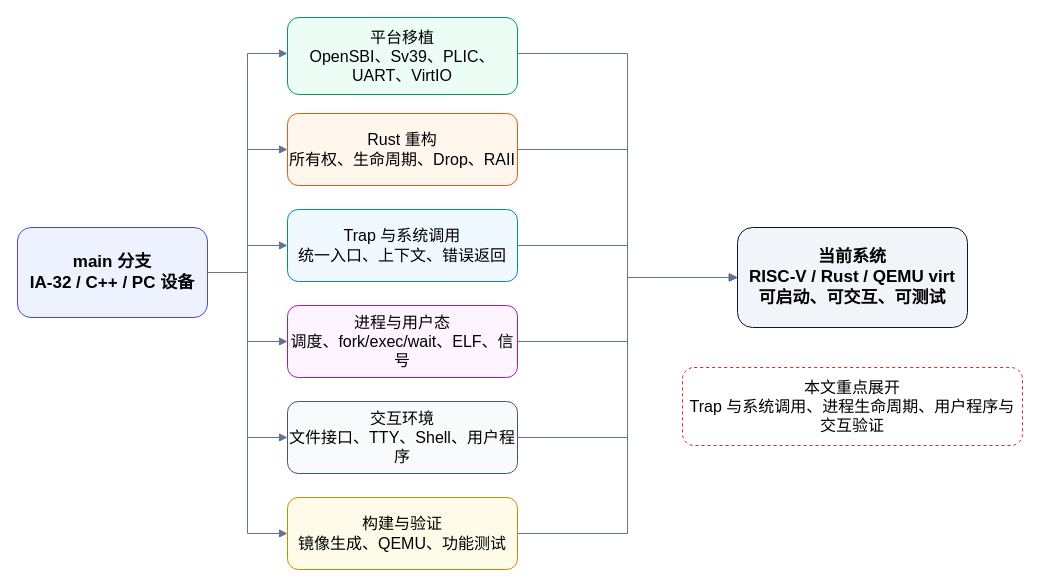
Above: figures/work-scope-map.drawio in greatbridf/Thesis (draw.io), before the change. Source tidied: cells renumbered, new cells numbered last; positions are measured from the earlier drawing's top-left corner, leaving out a move shared by most shapes. Both pictures are drawn from the tidied source at 100%, with x=0, y=0 at pixel (17, 17).
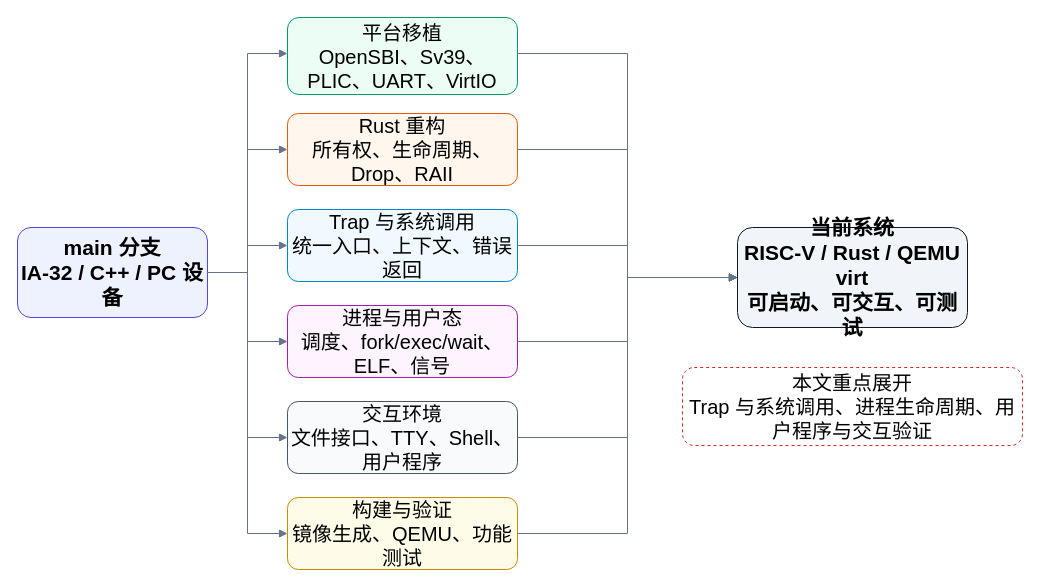
The same page after the edit.

Diff of the diagram source:
```diff
@@
-    <mxCell id="2" value="main 分支&#10;IA-32 / C++ / PC 设备" style="rounded=1;whiteSpace=wrap;html=1;fillColor=#eef2ff;strokeColor=#4f46e5;fontSize=17;fontStyle=1;" parent="1" vertex="1">
+    <mxCell id="2" value="main 分支&#10;IA-32 / C++ / PC 设备" style="rounded=1;whiteSpace=wrap;html=1;fillColor=#eef2ff;strokeColor=#4f46e5;fontSize=21;fontStyle=1;" parent="1" vertex="1">
       <mxGeometry y="210" width="190" height="90" as="geometry" />
     </mxCell>
-    <mxCell id="3" value="平台移植&#10;OpenSBI、Sv39、PLIC、UART、VirtIO" style="rounded=1;whiteSpace=wrap;html=1;fillColor=#ecfdf5;strokeColor=#059669;fontSize=16;" parent="1" vertex="1">
+    <mxCell id="3" value="平台移植&#10;OpenSBI、Sv39、PLIC、UART、VirtIO" style="rounded=1;whiteSpace=wrap;html=1;fillColor=#ecfdf5;strokeColor=#059669;fontSize=20;" parent="1" vertex="1">
       <mxGeometry x="270" width="230" height="77" as="geometry" />
     </mxCell>
-    <mxCell id="4" value="Rust 重构&#10;所有权、生命周期、Drop、RAII" style="rounded=1;whiteSpace=wrap;html=1;fillColor=#fff7ed;strokeColor=#ea580c;fontSize=16;" parent="1" vertex="1">
+    <mxCell id="4" value="Rust 重构&#10;所有权、生命周期、Drop、RAII" style="rounded=1;whiteSpace=wrap;html=1;fillColor=#fff7ed;strokeColor=#ea580c;fontSize=20;" parent="1" vertex="1">
       <mxGeometry x="270" y="96" width="230" height="72" as="geometry" />
     </mxCell>
-    <mxCell id="5" value="Trap 与系统调用&#10;统一入口、上下文、错误返回" style="rounded=1;whiteSpace=wrap;html=1;fillColor=#f0f9ff;strokeColor=#0284c7;fontSize=16;" parent="1" vertex="1">
+    <mxCell id="5" value="Trap 与系统调用&#10;统一入口、上下文、错误返回" style="rounded=1;whiteSpace=wrap;html=1;fillColor=#f0f9ff;strokeColor=#0284c7;fontSize=20;" parent="1" vertex="1">
       <mxGeometry x="270" y="192" width="230" height="72" as="geometry" />
     </mxCell>
-    <mxCell id="6" value="进程与用户态&#10;调度、fork/exec/wait、ELF、信号" style="rounded=1;whiteSpace=wrap;html=1;fillColor=#fdf4ff;strokeColor=#a21caf;fontSize=16;" parent="1" vertex="1">
+    <mxCell id="6" value="进程与用户态&#10;调度、fork/exec/wait、ELF、信号" style="rounded=1;whiteSpace=wrap;html=1;fillColor=#fdf4ff;strokeColor=#a21caf;fontSize=20;" parent="1" vertex="1">
       <mxGeometry x="270" y="288" width="230" height="72" as="geometry" />
     </mxCell>
-    <mxCell id="7" value="交互环境&#10;文件接口、TTY、Shell、用户程序" style="rounded=1;whiteSpace=wrap;html=1;fillColor=#f8fafc;strokeColor=#475569;fontSize=16;" parent="1" vertex="1">
+    <mxCell id="7" value="交互环境&#10;文件接口、TTY、Shell、用户程序" style="rounded=1;whiteSpace=wrap;html=1;fillColor=#f8fafc;strokeColor=#475569;fontSize=20;" parent="1" vertex="1">
       <mxGeometry x="270" y="384" width="230" height="72" as="geometry" />
     </mxCell>
-    <mxCell id="8" value="构建与验证&#10;镜像生成、QEMU、功能测试" style="rounded=1;whiteSpace=wrap;html=1;fillColor=#fefce8;strokeColor=#ca8a04;fontSize=16;" parent="1" vertex="1">
+    <mxCell id="8" value="构建与验证&#10;镜像生成、QEMU、功能测试" style="rounded=1;whiteSpace=wrap;html=1;fillColor=#fefce8;strokeColor=#ca8a04;fontSize=20;" parent="1" vertex="1">
       <mxGeometry x="270" y="480" width="230" height="72" as="geometry" />
     </mxCell>
-    <mxCell id="9" value="当前系统&#10;RISC-V / Rust / QEMU virt&#10;可启动、可交互、可测试" style="rounded=1;whiteSpace=wrap;html=1;fillColor=#f1f5f9;strokeColor=#0f172a;fontSize=17;fontStyle=1;" parent="1" vertex="1">
+    <mxCell id="9" value="当前系统&#10;RISC-V / Rust / QEMU virt&#10;可启动、可交互、可测试" style="rounded=1;whiteSpace=wrap;html=1;fillColor=#f1f5f9;strokeColor=#0f172a;fontSize=21;fontStyle=1;" parent="1" vertex="1">
       <mxGeometry x="720" y="210" width="230" height="100" as="geometry" />
     </mxCell>
-    <mxCell id="10" value="本文重点展开&#10;Trap 与系统调用、进程生命周期、用户程序与交互验证" style="rounded=1;whiteSpace=wrap;html=1;fillColor=#ffffff;strokeColor=#dc2626;dashed=1;fontSize=16;" parent="1" vertex="1">
+    <mxCell id="10" value="本文重点展开&#10;Trap 与系统调用、进程生命周期、用户程序与交互验证" style="rounded=1;whiteSpace=wrap;html=1;fillColor=#ffffff;strokeColor=#dc2626;dashed=1;fontSize=20;" parent="1" vertex="1">
       <mxGeometry x="665" y="350" width="340" height="78" as="geometry" />
     </mxCell>
```
